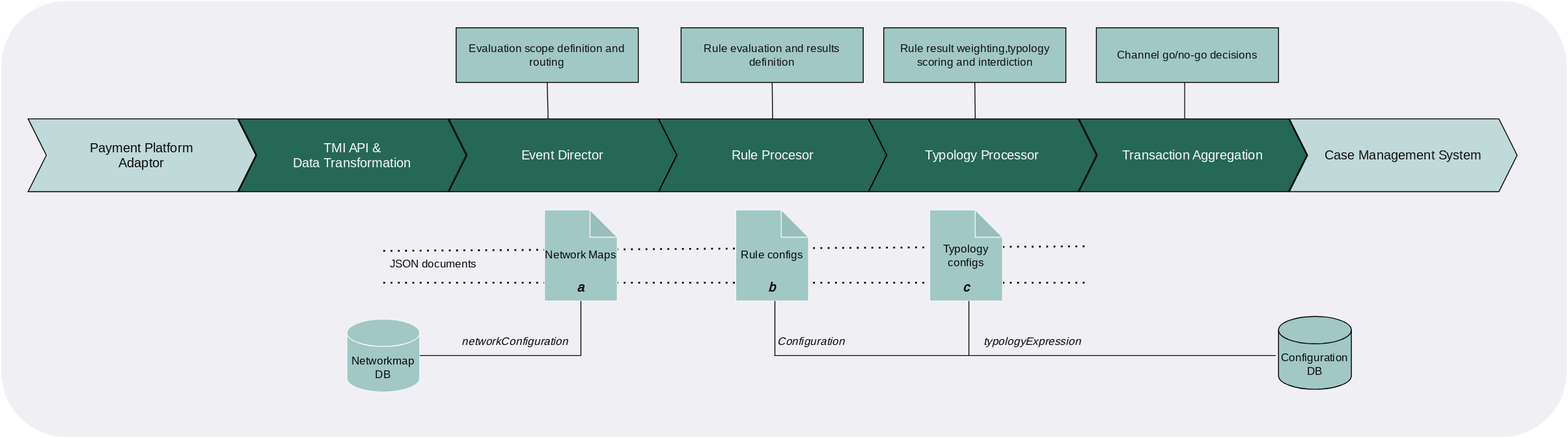
Earlier version of the draw.io export images/tazama-core-components-config.drawio.svg (vorsterk/docs). Source tidied: cells renumbered, new cells last; positions are measured from the earlier drawing's top-left corner, leaving out a move shared by most shapes. Its diagram source:
```xml
<mxGraphModel>
  <root>
    <mxCell id="0" />
    <mxCell id="1" parent="0" />
    <mxCell id="2" style="rounded=1;whiteSpace=wrap;html=1;strokeColor=#ffffff;fontFamily=Open Sans;fillColor=#f0f0f4;fontSource=https%3A%2F%2Ffonts.googleapis.com%2Fcss%3Ffamily%3DOpen%2BSans;" parent="1" vertex="1">
      <mxGeometry width="1720" height="480" as="geometry" />
    </mxCell>
    <mxCell id="3" style="endArrow=none;dashed=1;html=1;dashPattern=1 3;strokeWidth=2;rounded=0;exitX=0;exitY=0;exitDx=0;exitDy=0;fontFamily=Open Sans;fontColor=#0a0a0a;strokeColor=#050505;fontSource=https%3A%2F%2Ffonts.googleapis.com%2Fcss%3Ffamily%3DOpen%2BSans;" parent="1" edge="1" source="24">
      <mxGeometry relative="1" as="geometry">
        <mxPoint x="1190" y="270" as="targetPoint" />
      </mxGeometry>
    </mxCell>
    <mxCell id="4" style="endArrow=none;dashed=1;html=1;dashPattern=1 3;strokeWidth=2;rounded=0;fontFamily=Open Sans;fontColor=#0a0a0a;strokeColor=#050505;fontSource=https%3A%2F%2Ffonts.googleapis.com%2Fcss%3Ffamily%3DOpen%2BSans;" parent="1" edge="1">
      <mxGeometry relative="1" as="geometry">
        <mxPoint x="420" y="310" as="sourcePoint" />
        <mxPoint x="1190" y="310" as="targetPoint" />
      </mxGeometry>
    </mxCell>
    <mxCell id="5" value="Payment Platform&amp;nbsp;&lt;div style=&quot;font-size: 14px;&quot;&gt;Adaptor&lt;/div&gt;" style="shape=step;perimeter=stepPerimeter;whiteSpace=wrap;html=1;fixedSize=1;fillColor=#c0dad9;fontFamily=Open Sans;align=center;verticalAlign=middle;fontColor=#0a0a0a;fontSize=14;fontSource=https%3A%2F%2Ffonts.googleapis.com%2Fcss%3Ffamily%3DOpen%2BSans;" parent="1" vertex="1">
      <mxGeometry x="30" y="130" width="250" height="80" as="geometry" />
    </mxCell>
    <mxCell id="6" value="TMI API &amp;amp;&lt;div style=&quot;font-size: 14px;&quot;&gt;Data Transformation&lt;/div&gt;" style="shape=step;perimeter=stepPerimeter;whiteSpace=wrap;html=1;fixedSize=1;fillColor=#256855;fontFamily=Open Sans;align=center;verticalAlign=middle;fontColor=#fafafa;fontSize=14;fontSource=https%3A%2F%2Ffonts.googleapis.com%2Fcss%3Ffamily%3DOpen%2BSans;" parent="1" vertex="1">
      <mxGeometry x="261" y="130" width="250" height="80" as="geometry" />
    </mxCell>
    <mxCell id="7" value="Case Management System" style="shape=step;perimeter=stepPerimeter;whiteSpace=wrap;html=1;fixedSize=1;fillColor=#c0dad9;fontFamily=Open Sans;align=center;verticalAlign=middle;fontColor=#121212;fontSize=14;fontSource=https%3A%2F%2Ffonts.googleapis.com%2Fcss%3Ffamily%3DOpen%2BSans;" parent="1" vertex="1">
      <mxGeometry x="1415" y="130" width="250" height="80" as="geometry" />
    </mxCell>
    <mxCell id="8" value="Rule Procesor" style="shape=step;perimeter=stepPerimeter;whiteSpace=wrap;html=1;fixedSize=1;fillColor=#256855;fontFamily=Open Sans;align=center;verticalAlign=middle;fontColor=#fafafa;fontSize=14;fontSource=https%3A%2F%2Ffonts.googleapis.com%2Fcss%3Ffamily%3DOpen%2BSans;" parent="1" vertex="1">
      <mxGeometry x="722.5" y="130" width="250" height="80" as="geometry" />
    </mxCell>
    <mxCell id="9" value="Typology Processor" style="shape=step;perimeter=stepPerimeter;whiteSpace=wrap;html=1;fixedSize=1;fillColor=#256855;fontFamily=Open Sans;align=center;verticalAlign=middle;fontColor=#fafafa;fontSize=14;fontSource=https%3A%2F%2Ffonts.googleapis.com%2Fcss%3Ffamily%3DOpen%2BSans;" parent="1" vertex="1">
      <mxGeometry x="953" y="130" width="250" height="80" as="geometry" />
    </mxCell>
    <mxCell id="10" value="Transaction Aggregation" style="shape=step;perimeter=stepPerimeter;whiteSpace=wrap;html=1;fixedSize=1;fillColor=#256855;fontFamily=Open Sans;align=center;verticalAlign=middle;fontColor=#fafafa;fontSize=14;fontSource=https%3A%2F%2Ffonts.googleapis.com%2Fcss%3Ffamily%3DOpen%2BSans;" parent="1" vertex="1">
      <mxGeometry x="1184" y="130" width="250" height="80" as="geometry" />
    </mxCell>
    <mxCell id="11" value="Event Director" style="shape=step;perimeter=stepPerimeter;whiteSpace=wrap;html=1;fixedSize=1;fillColor=#256855;fontFamily=Open Sans;align=center;verticalAlign=middle;fontColor=#fafafa;fontSize=14;fontSource=https%3A%2F%2Ffonts.googleapis.com%2Fcss%3Ffamily%3DOpen%2BSans;" parent="1" vertex="1">
      <mxGeometry x="492" y="130" width="250" height="80" as="geometry" />
    </mxCell>
    <mxCell id="12" value="Networkmap DB" style="shape=cylinder3;whiteSpace=wrap;html=1;boundedLbl=1;backgroundOutline=1;size=15;fillColor=#a1c8c5;fontFamily=Open Sans;fontColor=#0a0a0a;strokeColor=#f5f5f5;fontSource=https%3A%2F%2Ffonts.googleapis.com%2Fcss%3Ffamily%3DOpen%2BSans;" parent="1" vertex="1">
      <mxGeometry x="380" y="350" width="80" height="80" as="geometry" />
    </mxCell>
    <mxCell id="13" value="Network Maps" style="shape=note;whiteSpace=wrap;html=1;backgroundOutline=1;darkOpacity=0.05;fillColor=#a1c8c5;fontFamily=Open Sans;fontColor=#0a0a0a;strokeColor=#f5f5f5;fontSource=https%3A%2F%2Ffonts.googleapis.com%2Fcss%3Ffamily%3DOpen%2BSans;" parent="1" vertex="1">
      <mxGeometry x="597" y="230" width="80" height="100" as="geometry" />
    </mxCell>
    <mxCell id="14" value="Rule configs" style="shape=note;whiteSpace=wrap;html=1;backgroundOutline=1;darkOpacity=0.05;fillColor=#a1c8c5;fontFamily=Open Sans;fontColor=#0a0a0a;strokeColor=#f5f5f5;fontSource=https%3A%2F%2Ffonts.googleapis.com%2Fcss%3Ffamily%3DOpen%2BSans;" parent="1" vertex="1">
      <mxGeometry x="807" y="230" width="80" height="100" as="geometry" />
    </mxCell>
    <mxCell id="15" value="Typology configs" style="shape=note;whiteSpace=wrap;html=1;backgroundOutline=1;darkOpacity=0.05;fillColor=#a1c8c5;fontFamily=Open Sans;fontColor=#0a0a0a;strokeColor=#f5f5f5;fontSource=https%3A%2F%2Ffonts.googleapis.com%2Fcss%3Ffamily%3DOpen%2BSans;" parent="1" vertex="1">
      <mxGeometry x="1020" y="230" width="80" height="100" as="geometry" />
    </mxCell>
    <mxCell id="16" value="Configuration DB" style="shape=cylinder3;whiteSpace=wrap;html=1;boundedLbl=1;backgroundOutline=1;size=15;fillColor=#a1c8c5;fontFamily=Open Sans;fontColor=#0d0d0d;fontSource=https%3A%2F%2Ffonts.googleapis.com%2Fcss%3Ffamily%3DOpen%2BSans;" parent="1" vertex="1">
      <mxGeometry x="1403" y="347" width="80" height="80" as="geometry" />
    </mxCell>
    <mxCell id="17" value="&lt;font&gt;Evaluation scope definition and routing&lt;/font&gt;" style="rounded=0;whiteSpace=wrap;html=1;fillColor=#a1c8c5;fontFamily=Open Sans;fontColor=#121212;fontSource=https%3A%2F%2Ffonts.googleapis.com%2Fcss%3Ffamily%3DOpen%2BSans;" parent="1" vertex="1">
      <mxGeometry x="500" y="30" width="200" height="60" as="geometry" />
    </mxCell>
    <mxCell id="18" value="&lt;font&gt;Channel go/no-go decisions&lt;/font&gt;" style="rounded=0;whiteSpace=wrap;html=1;fillColor=#a1c8c5;fontFamily=Open Sans;fontColor=#121212;fontSource=https%3A%2F%2Ffonts.googleapis.com%2Fcss%3Ffamily%3DOpen%2BSans;" parent="1" vertex="1">
      <mxGeometry x="1203" y="30" width="200" height="60" as="geometry" />
    </mxCell>
    <mxCell id="19" value="&lt;font&gt;Rule result weighting,typology scoring and interdiction&lt;/font&gt;" style="rounded=0;whiteSpace=wrap;html=1;fillColor=#a1c8c5;fontFamily=Open Sans;fontColor=#121212;fontSource=https%3A%2F%2Ffonts.googleapis.com%2Fcss%3Ffamily%3DOpen%2BSans;" parent="1" vertex="1">
      <mxGeometry x="969.5" y="30" width="200" height="60" as="geometry" />
    </mxCell>
    <mxCell id="20" value="&lt;font&gt;Rule evaluation and results definition&lt;/font&gt;" style="rounded=0;whiteSpace=wrap;html=1;fillColor=#a1c8c5;fontFamily=Open Sans;fontColor=#121212;fontSource=https%3A%2F%2Ffonts.googleapis.com%2Fcss%3Ffamily%3DOpen%2BSans;" parent="1" vertex="1">
      <mxGeometry x="747" y="30" width="200" height="60" as="geometry" />
    </mxCell>
    <mxCell id="21" value="networkConfiguration" style="text;html=1;align=center;verticalAlign=middle;whiteSpace=wrap;rounded=0;fontFamily=Open Sans;fontStyle=2;fontColor=#0a0a0a;fontSource=https%3A%2F%2Ffonts.googleapis.com%2Fcss%3Ffamily%3DOpen%2BSans;" parent="1" vertex="1">
      <mxGeometry x="500" y="360" width="130" height="30" as="geometry" />
    </mxCell>
    <mxCell id="22" value="Configuration" style="text;html=1;align=center;verticalAlign=middle;whiteSpace=wrap;rounded=0;fontFamily=Open Sans;fontStyle=2;fontColor=#0a0a0a;fontSource=https%3A%2F%2Ffonts.googleapis.com%2Fcss%3Ffamily%3DOpen%2BSans;" parent="1" vertex="1">
      <mxGeometry x="860" y="360" width="60" height="30" as="geometry" />
    </mxCell>
    <mxCell id="23" value="typologyExpression" style="text;html=1;align=center;verticalAlign=middle;whiteSpace=wrap;rounded=0;fontFamily=Open Sans;fontStyle=2;fontColor=#0a0a0a;fontSource=https%3A%2F%2Ffonts.googleapis.com%2Fcss%3Ffamily%3DOpen%2BSans;" parent="1" vertex="1">
      <mxGeometry x="1063" y="360" width="140" height="30" as="geometry" />
    </mxCell>
    <mxCell id="24" value="JSON documents" style="text;html=1;align=center;verticalAlign=middle;whiteSpace=wrap;rounded=0;fontFamily=Open Sans;fontColor=#0d0c0c;fontSource=https%3A%2F%2Ffonts.googleapis.com%2Fcss%3Ffamily%3DOpen%2BSans;" parent="1" vertex="1">
      <mxGeometry x="420" y="275" width="110" height="30" as="geometry" />
    </mxCell>
    <mxCell id="25" style="endArrow=none;html=1;rounded=0;exitX=0.5;exitY=0;exitDx=0;exitDy=0;entryX=0.5;entryY=1;entryDx=0;entryDy=0;fontFamily=Open Sans;strokeColor=#0a0a0a;fontSource=https%3A%2F%2Ffonts.googleapis.com%2Fcss%3Ffamily%3DOpen%2BSans;" parent="1" edge="1" source="8" target="20">
      <mxGeometry relative="1" as="geometry" />
    </mxCell>
    <mxCell id="26" style="endArrow=none;html=1;rounded=0;exitX=0.5;exitY=0;exitDx=0;exitDy=0;entryX=0.5;entryY=1;entryDx=0;entryDy=0;fontFamily=Open Sans;strokeColor=#0a0a0a;fontSource=https%3A%2F%2Ffonts.googleapis.com%2Fcss%3Ffamily%3DOpen%2BSans;" parent="1" edge="1">
      <mxGeometry relative="1" as="geometry">
        <mxPoint x="601" y="130" as="sourcePoint" />
        <mxPoint x="600" y="90" as="targetPoint" />
      </mxGeometry>
    </mxCell>
    <mxCell id="27" style="endArrow=none;html=1;rounded=0;exitX=0.468;exitY=0;exitDx=0;exitDy=0;entryX=0.5;entryY=1;entryDx=0;entryDy=0;exitPerimeter=0;fontFamily=Open Sans;strokeColor=#0a0a0a;fontSource=https%3A%2F%2Ffonts.googleapis.com%2Fcss%3Ffamily%3DOpen%2BSans;" parent="1" edge="1" source="9" target="19">
      <mxGeometry relative="1" as="geometry" />
    </mxCell>
    <mxCell id="28" style="endArrow=none;html=1;rounded=0;exitX=0.468;exitY=0;exitDx=0;exitDy=0;entryX=0.5;entryY=1;entryDx=0;entryDy=0;exitPerimeter=0;fontFamily=Open Sans;strokeColor=#171717;fontSource=https%3A%2F%2Ffonts.googleapis.com%2Fcss%3Ffamily%3DOpen%2BSans;" parent="1" edge="1">
      <mxGeometry relative="1" as="geometry">
        <mxPoint x="1300" y="130" as="sourcePoint" />
        <mxPoint x="1300" y="90" as="targetPoint" />
      </mxGeometry>
    </mxCell>
    <mxCell id="29" style="endArrow=none;html=1;rounded=0;exitX=1;exitY=0.5;exitDx=0;exitDy=0;exitPerimeter=0;entryX=0.5;entryY=1;entryDx=0;entryDy=0;entryPerimeter=0;fontFamily=Open Sans;fontColor=#0a0a0a;strokeColor=#0a0a0a;fontSource=https%3A%2F%2Ffonts.googleapis.com%2Fcss%3Ffamily%3DOpen%2BSans;" parent="1" edge="1" source="12" target="13">
      <mxGeometry relative="1" as="geometry">
        <Array as="points">
          <mxPoint x="637" y="390" />
        </Array>
      </mxGeometry>
    </mxCell>
    <mxCell id="30" style="endArrow=none;html=1;rounded=0;fontFamily=Open Sans;fontColor=#0a0a0a;strokeColor=#0a0a0a;fontSource=https%3A%2F%2Ffonts.googleapis.com%2Fcss%3Ffamily%3DOpen%2BSans;" parent="1" edge="1">
      <mxGeometry relative="1" as="geometry">
        <mxPoint x="1400" y="390" as="sourcePoint" />
        <mxPoint x="850" y="330" as="targetPoint" />
        <Array as="points">
          <mxPoint x="850" y="390" />
        </Array>
      </mxGeometry>
    </mxCell>
    <mxCell id="31" style="endArrow=none;html=1;rounded=0;fontFamily=Open Sans;fontColor=#0a0a0a;strokeColor=#0a0a0a;fontSource=https%3A%2F%2Ffonts.googleapis.com%2Fcss%3Ffamily%3DOpen%2BSans;" parent="1" edge="1">
      <mxGeometry relative="1" as="geometry">
        <mxPoint x="1063" y="390" as="sourcePoint" />
        <mxPoint x="1063" y="330" as="targetPoint" />
      </mxGeometry>
    </mxCell>
    <mxCell id="32" value="&lt;i&gt;&lt;b&gt;&lt;font style=&quot;font-size: 14px;&quot;&gt;a&lt;/font&gt;&lt;/b&gt;&lt;/i&gt;" style="text;html=1;strokeColor=none;fillColor=none;align=center;verticalAlign=middle;whiteSpace=wrap;rounded=0;fontColor=#0a0a0a;fontFamily=Open Sans;fontSource=https%3A%2F%2Ffonts.googleapis.com%2Fcss%3Ffamily%3DOpen%2BSans;" parent="1" vertex="1">
      <mxGeometry x="607" y="300" width="60" height="30" as="geometry" />
    </mxCell>
    <mxCell id="33" value="&lt;i&gt;&lt;b&gt;&lt;font style=&quot;font-size: 14px;&quot;&gt;b&lt;/font&gt;&lt;/b&gt;&lt;/i&gt;" style="text;html=1;strokeColor=none;fillColor=none;align=center;verticalAlign=middle;whiteSpace=wrap;rounded=0;fontColor=#0a0a0a;fontFamily=Open Sans;fontSource=https%3A%2F%2Ffonts.googleapis.com%2Fcss%3Ffamily%3DOpen%2BSans;" parent="1" vertex="1">
      <mxGeometry x="817" y="300" width="60" height="30" as="geometry" />
    </mxCell>
    <mxCell id="34" value="&lt;i&gt;&lt;b&gt;&lt;font style=&quot;font-size: 14px;&quot;&gt;c&lt;/font&gt;&lt;/b&gt;&lt;/i&gt;" style="text;html=1;strokeColor=none;fillColor=none;align=center;verticalAlign=middle;whiteSpace=wrap;rounded=0;fontColor=#0a0a0a;fontFamily=Open Sans;fontSource=https%3A%2F%2Ffonts.googleapis.com%2Fcss%3Ffamily%3DOpen%2BSans;" parent="1" vertex="1">
      <mxGeometry x="1030" y="300" width="60" height="30" as="geometry" />
    </mxCell>
  </root>
</mxGraphModel>
```
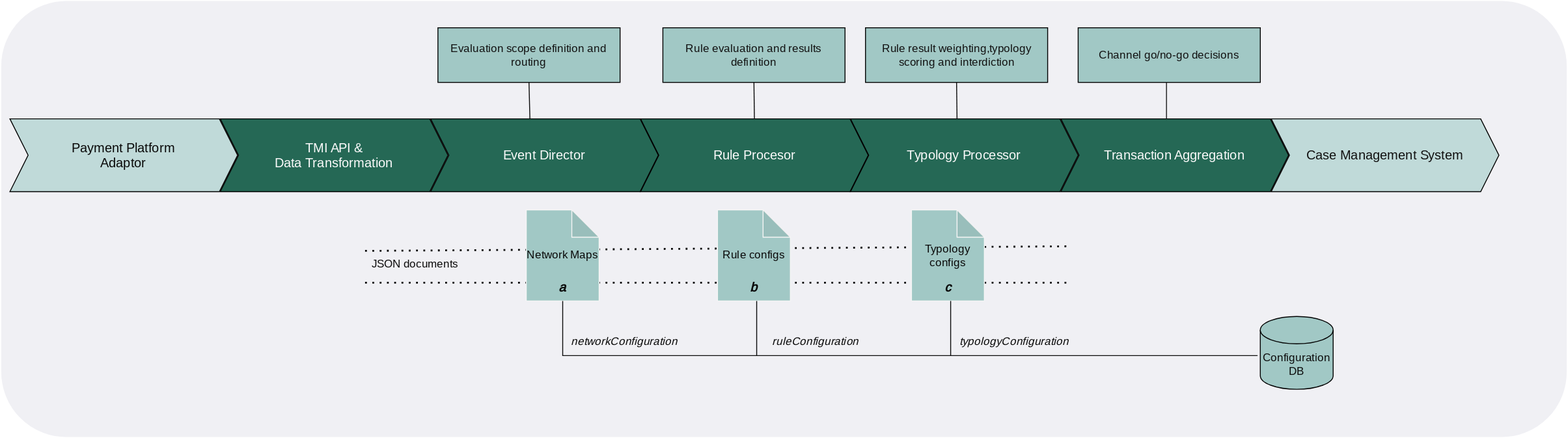
Later version of the same file.

Diff of the diagram source:
```diff
@@ -3,7 +3,7 @@
     <mxCell id="0" />
     <mxCell id="1" parent="0" />
     <mxCell id="2" style="rounded=1;whiteSpace=wrap;html=1;strokeColor=#ffffff;fontFamily=Open Sans;fillColor=#f0f0f4;fontSource=https%3A%2F%2Ffonts.googleapis.com%2Fcss%3Ffamily%3DOpen%2BSans;" parent="1" vertex="1">
-      <mxGeometry width="1720" height="480" as="geometry" />
+      <mxGeometry x="20" width="1720" height="480" as="geometry" />
     </mxCell>
     <mxCell id="3" style="endArrow=none;dashed=1;html=1;dashPattern=1 3;strokeWidth=2;rounded=0;exitX=0;exitY=0;exitDx=0;exitDy=0;fontFamily=Open Sans;fontColor=#0a0a0a;strokeColor=#050505;fontSource=https%3A%2F%2Ffonts.googleapis.com%2Fcss%3Ffamily%3DOpen%2BSans;" parent="1" edge="1" source="24">
       <mxGeometry relative="1" as="geometry">
@@ -37,9 +37,6 @@
     <mxCell id="11" value="Event Director" style="shape=step;perimeter=stepPerimeter;whiteSpace=wrap;html=1;fixedSize=1;fillColor=#256855;fontFamily=Open Sans;align=center;verticalAlign=middle;fontColor=#fafafa;fontSize=14;fontSource=https%3A%2F%2Ffonts.googleapis.com%2Fcss%3Ffamily%3DOpen%2BSans;" parent="1" vertex="1">
       <mxGeometry x="492" y="130" width="250" height="80" as="geometry" />
     </mxCell>
-    <mxCell id="12" value="Networkmap DB" style="shape=cylinder3;whiteSpace=wrap;html=1;boundedLbl=1;backgroundOutline=1;size=15;fillColor=#a1c8c5;fontFamily=Open Sans;fontColor=#0a0a0a;strokeColor=#f5f5f5;fontSource=https%3A%2F%2Ffonts.googleapis.com%2Fcss%3Ffamily%3DOpen%2BSans;" parent="1" vertex="1">
-      <mxGeometry x="380" y="350" width="80" height="80" as="geometry" />
-    </mxCell>
     <mxCell id="13" value="Network Maps" style="shape=note;whiteSpace=wrap;html=1;backgroundOutline=1;darkOpacity=0.05;fillColor=#a1c8c5;fontFamily=Open Sans;fontColor=#0a0a0a;strokeColor=#f5f5f5;fontSource=https%3A%2F%2Ffonts.googleapis.com%2Fcss%3Ffamily%3DOpen%2BSans;" parent="1" vertex="1">
       <mxGeometry x="597" y="230" width="80" height="100" as="geometry" />
     </mxCell>
@@ -65,12 +62,12 @@
       <mxGeometry x="747" y="30" width="200" height="60" as="geometry" />
     </mxCell>
     <mxCell id="21" value="networkConfiguration" style="text;html=1;align=center;verticalAlign=middle;whiteSpace=wrap;rounded=0;fontFamily=Open Sans;fontStyle=2;fontColor=#0a0a0a;fontSource=https%3A%2F%2Ffonts.googleapis.com%2Fcss%3Ffamily%3DOpen%2BSans;" parent="1" vertex="1">
-      <mxGeometry x="500" y="360" width="130" height="30" as="geometry" />
+      <mxGeometry x="640" y="360" width="130" height="30" as="geometry" />
     </mxCell>
-    <mxCell id="22" value="Configuration" style="text;html=1;align=center;verticalAlign=middle;whiteSpace=wrap;rounded=0;fontFamily=Open Sans;fontStyle=2;fontColor=#0a0a0a;fontSource=https%3A%2F%2Ffonts.googleapis.com%2Fcss%3Ffamily%3DOpen%2BSans;" parent="1" vertex="1">
-      <mxGeometry x="860" y="360" width="60" height="30" as="geometry" />
+    <mxCell id="22" value="ruleConfiguration" style="text;html=1;align=center;verticalAlign=middle;whiteSpace=wrap;rounded=0;fontFamily=Open Sans;fontStyle=2;fontColor=#0a0a0a;fontSource=https%3A%2F%2Ffonts.googleapis.com%2Fcss%3Ffamily%3DOpen%2BSans;" parent="1" vertex="1">
+      <mxGeometry x="859.5" y="360" width="110" height="30" as="geometry" />
     </mxCell>
-    <mxCell id="23" value="typologyExpression" style="text;html=1;align=center;verticalAlign=middle;whiteSpace=wrap;rounded=0;fontFamily=Open Sans;fontStyle=2;fontColor=#0a0a0a;fontSource=https%3A%2F%2Ffonts.googleapis.com%2Fcss%3Ffamily%3DOpen%2BSans;" parent="1" vertex="1">
+    <mxCell id="23" value="typologyConfiguration" style="text;html=1;align=center;verticalAlign=middle;whiteSpace=wrap;rounded=0;fontFamily=Open Sans;fontStyle=2;fontColor=#0a0a0a;fontSource=https%3A%2F%2Ffonts.googleapis.com%2Fcss%3Ffamily%3DOpen%2BSans;" parent="1" vertex="1">
       <mxGeometry x="1063" y="360" width="140" height="30" as="geometry" />
     </mxCell>
     <mxCell id="24" value="JSON documents" style="text;html=1;align=center;verticalAlign=middle;whiteSpace=wrap;rounded=0;fontFamily=Open Sans;fontColor=#0d0c0c;fontSource=https%3A%2F%2Ffonts.googleapis.com%2Fcss%3Ffamily%3DOpen%2BSans;" parent="1" vertex="1">
@@ -94,8 +91,9 @@
         <mxPoint x="1300" y="90" as="targetPoint" />
       </mxGeometry>
     </mxCell>
-    <mxCell id="29" style="endArrow=none;html=1;rounded=0;exitX=1;exitY=0.5;exitDx=0;exitDy=0;exitPerimeter=0;entryX=0.5;entryY=1;entryDx=0;entryDy=0;entryPerimeter=0;fontFamily=Open Sans;fontColor=#0a0a0a;strokeColor=#0a0a0a;fontSource=https%3A%2F%2Ffonts.googleapis.com%2Fcss%3Ffamily%3DOpen%2BSans;" parent="1" edge="1" source="12" target="13">
+    <mxCell id="29" style="endArrow=none;html=1;rounded=0;entryX=0.5;entryY=1;entryDx=0;entryDy=0;entryPerimeter=0;fontFamily=Open Sans;fontColor=#0a0a0a;strokeColor=#0a0a0a;fontSource=https%3A%2F%2Ffonts.googleapis.com%2Fcss%3Ffamily%3DOpen%2BSans;" parent="1" edge="1" target="13">
       <mxGeometry relative="1" as="geometry">
+        <mxPoint x="850" y="390" as="sourcePoint" />
         <Array as="points">
           <mxPoint x="637" y="390" />
         </Array>
```
